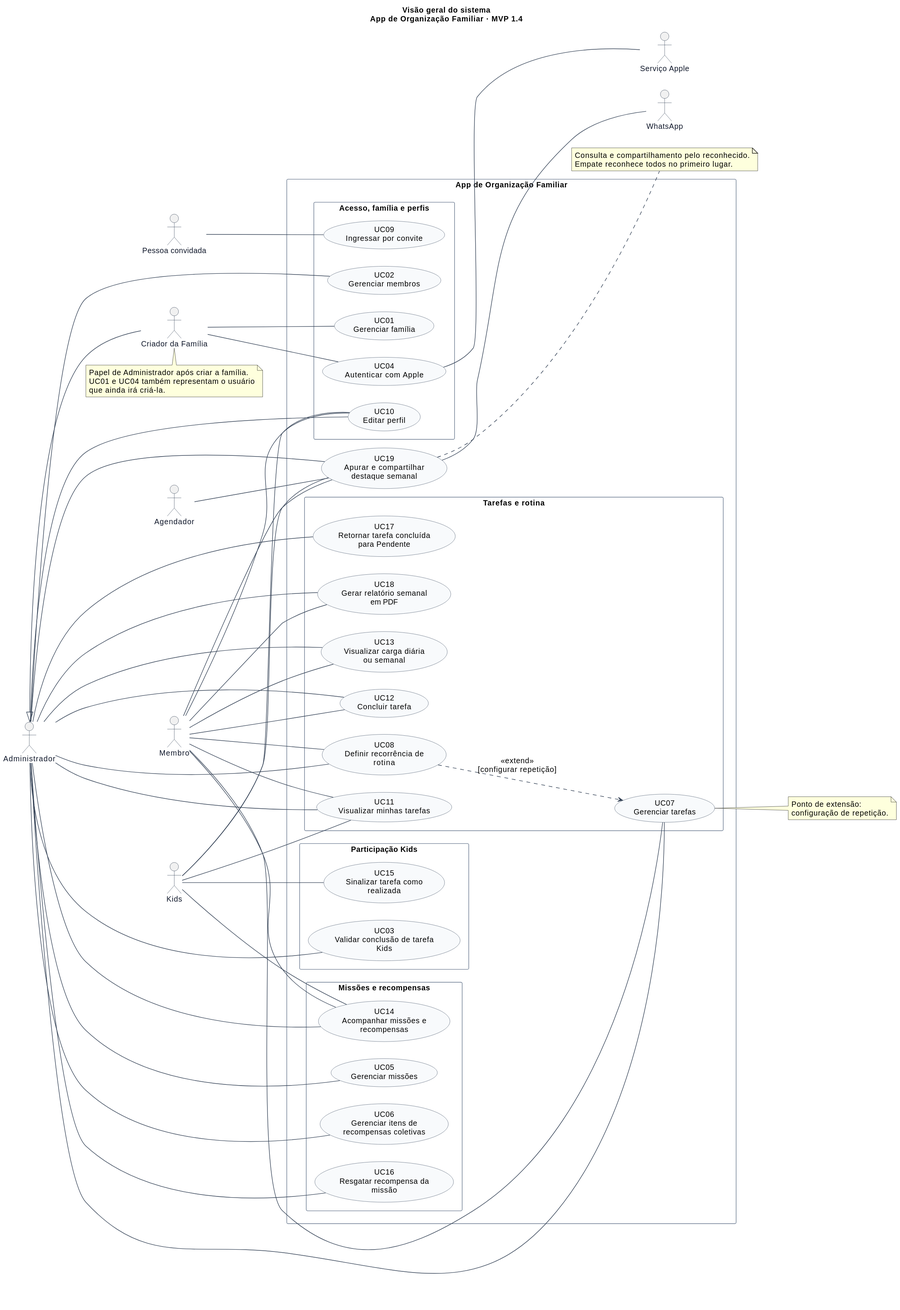
lizandramalta/App-Rotina-Familiar keeps this PlantUML diagram as docs/diagramas/casos-de-uso/01-visao-geral.svg. Above is the earlier version.
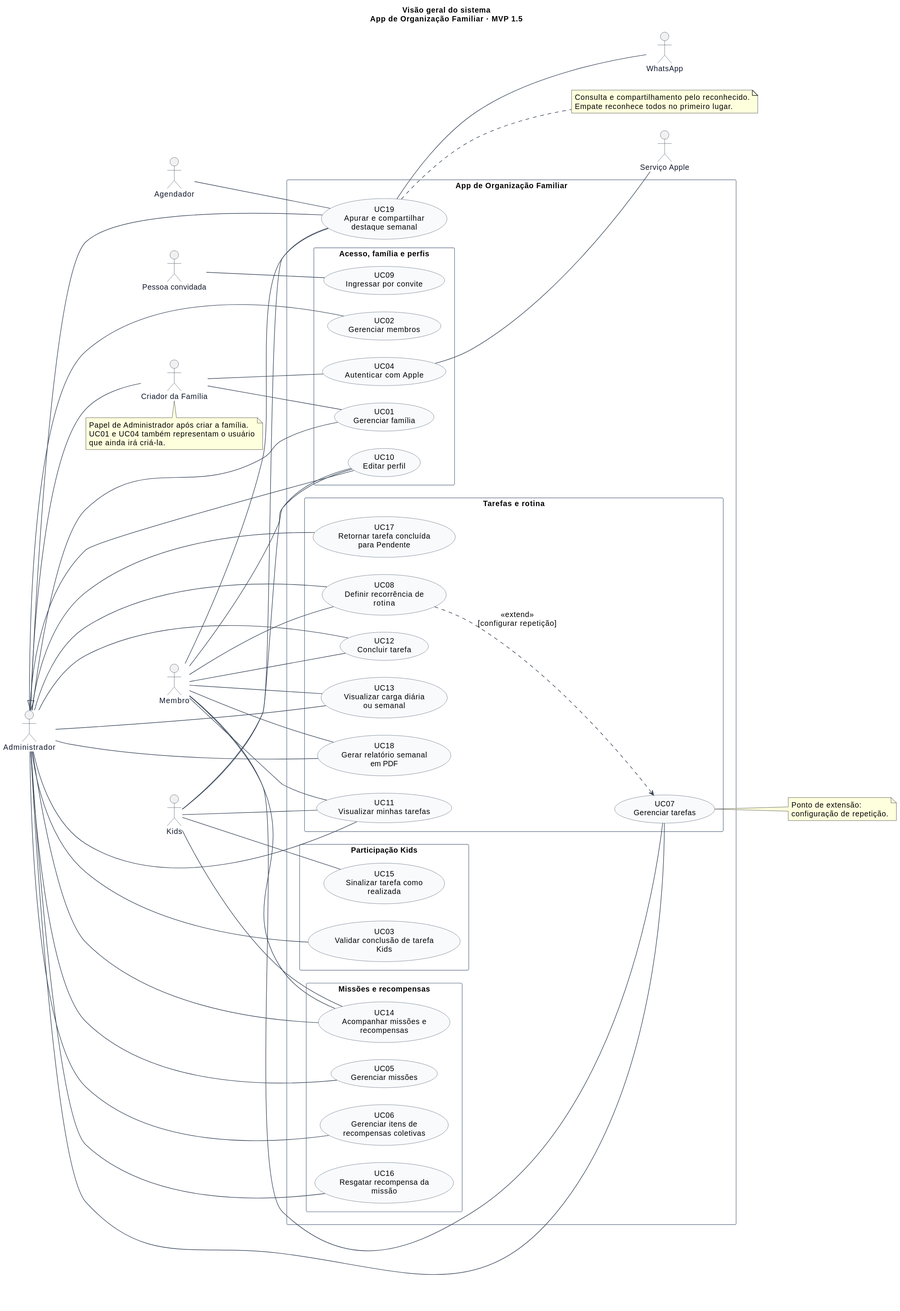
After the change.

The edit, as a diff of the source:
```diff
@@ -13,7 +13,7 @@
 skinparam packageStyle rectangle
 skinparam nodesep 32
 skinparam ranksep 55
-title Visão geral do sistema\nApp de Organização Familiar · MVP 1.4
+title Visão geral do sistema\nApp de Organização Familiar · MVP 1.5
 
 actor "Administrador" as Admin
 actor "Membro" as Membro
@@ -54,6 +54,7 @@
   }
 }
 
+Admin -- UC01
 Admin -- UC02
 Admin -- UC03
 Admin -- UC05
```
